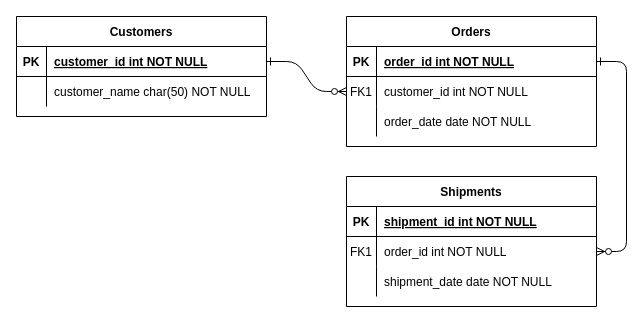
Earlier version of the draw.io diagram Diagrama sin título.drawio (carla-r-albornoz/arg_programa_backend). Source tidied: cells renumbered, new cells numbered last; positions are measured from the earlier drawing's top-left corner, leaving out a move shared by most shapes. Both pictures are drawn from the tidied source at 100%, with x=0, y=0 at pixel (16, 16).
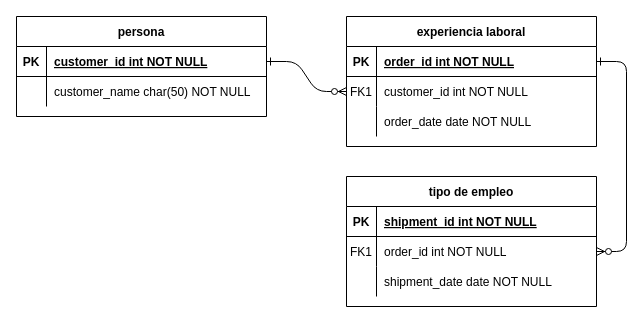
The same diagram, later.

What changed in the source:
```diff
@@
-    <mxCell id="4" value="Orders" style="shape=table;startSize=30;childLayout=tableLayout;rowLines=0;fontStyle=1;align=center;" parent="1" vertex="1">
+    <mxCell id="4" value="experiencia laboral" style="shape=table;startSize=30;childLayout=tableLayout;rowLines=0;fontStyle=1;align=center;" parent="1" vertex="1">
       <mxGeometry x="330" width="250" height="130" as="geometry" />
     </mxCell>
@@
-    <mxCell id="14" value="Shipments" style="shape=table;startSize=30;childLayout=tableLayout;rowLines=0;fontStyle=1;align=center;" parent="1" vertex="1">
+    <mxCell id="14" value="tipo de empleo" style="shape=table;startSize=30;childLayout=tableLayout;rowLines=0;fontStyle=1;align=center;" parent="1" vertex="1">
       <mxGeometry x="330" y="160" width="250" height="130" as="geometry" />
     </mxCell>
@@
-    <mxCell id="24" value="Customers" style="shape=table;startSize=30;childLayout=tableLayout;rowLines=0;fontStyle=1;align=center;" parent="1" vertex="1">
+    <mxCell id="24" value="persona" style="shape=table;startSize=30;childLayout=tableLayout;rowLines=0;fontStyle=1;align=center;" parent="1" vertex="1">
       <mxGeometry width="250" height="100" as="geometry" />
     </mxCell>
```
